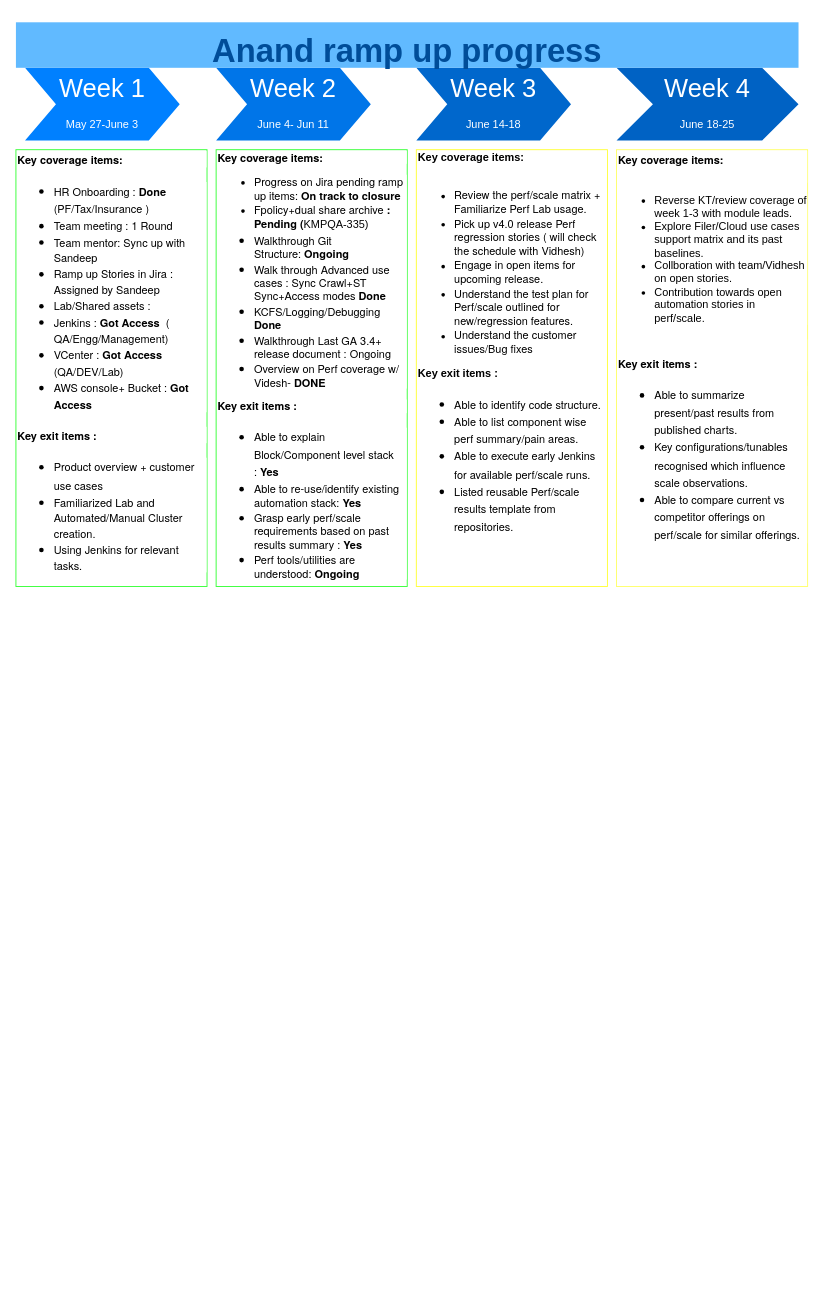
anandreddy86/StoragePerfDocs keeps this draw.io diagram as Kom-weekly.drawio. Above is the earlier version. Source tidied: cells renumbered, new cells numbered last; positions are measured from the earlier drawing's top-left corner, leaving out a move shared by most shapes. Both pictures are drawn from the tidied source at 91%, with x=0, y=0 at pixel (15, 22).
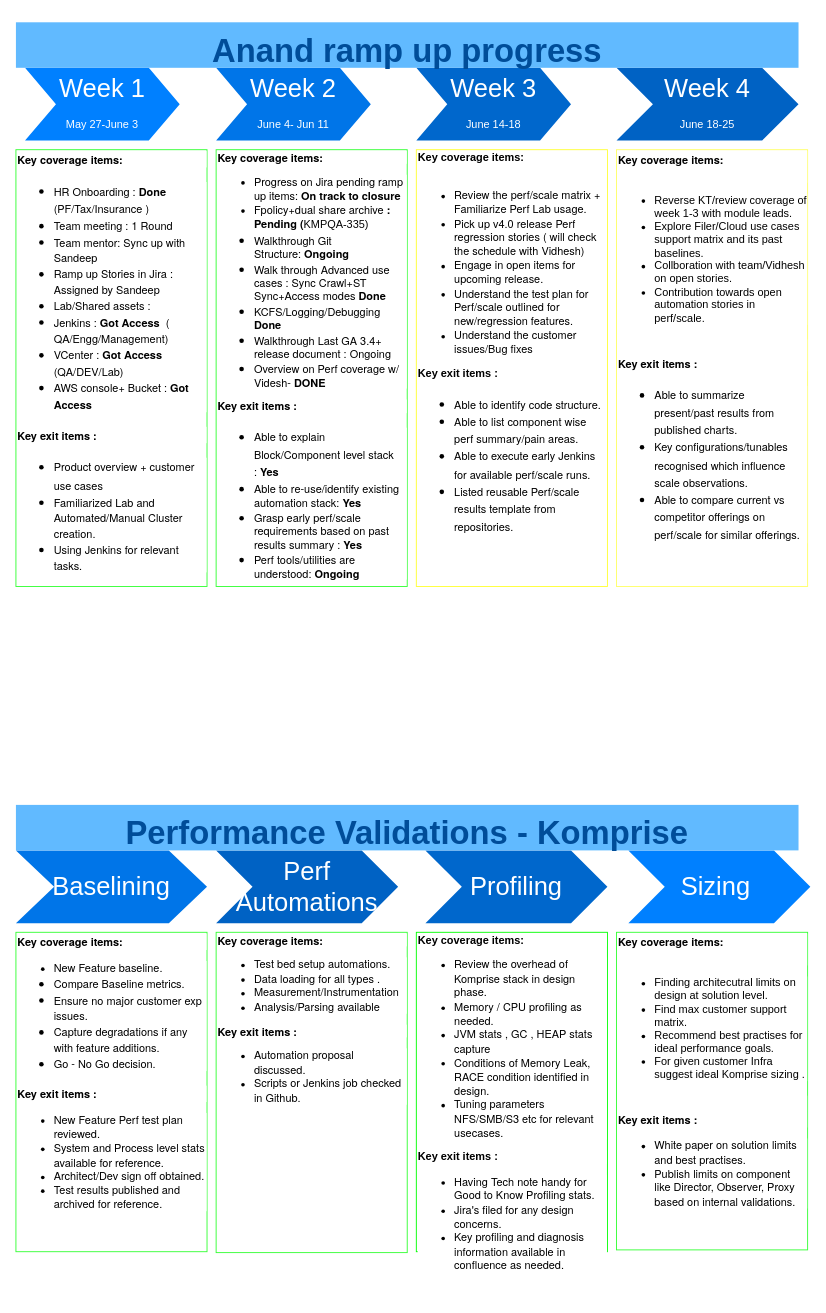
The same diagram, later.

The edit, as a diff of the source:
```diff
@@
+    <mxCell id="11" value="Sizing&amp;nbsp;" style="shape=step;whiteSpace=wrap;html=1;fontSize=28;fillColor=#0080FF;fontColor=#FFFFFF;strokeColor=none;" parent="1" vertex="1">
+      <mxGeometry x="673" y="910" width="200" height="80" as="geometry" />
+    </mxCell>
+    <mxCell id="12" value="Baselining" style="shape=step;whiteSpace=wrap;html=1;fontSize=28;fillColor=#0075E8;fontColor=#FFFFFF;strokeColor=none;" parent="1" vertex="1">
+      <mxGeometry y="910" width="210" height="80" as="geometry" />
+    </mxCell>
+    <mxCell id="13" value="Profiling" style="shape=step;whiteSpace=wrap;html=1;fontSize=28;fillColor=#0067CC;fontColor=#FFFFFF;strokeColor=none;" parent="1" vertex="1">
+      <mxGeometry x="450" y="910" width="200" height="80" as="geometry" />
+    </mxCell>
+    <mxCell id="14" value="Perf&lt;br&gt;Automations" style="shape=step;whiteSpace=wrap;html=1;fontSize=28;fillColor=#0062C4;fontColor=#FFFFFF;strokeColor=none;" parent="1" vertex="1">
+      <mxGeometry x="220" y="910" width="200" height="80" as="geometry" />
+    </mxCell>
+    <mxCell id="15" value="&lt;font style=&quot;font-size: 36px&quot;&gt;Performance Validations - Komprise&lt;/font&gt;" style="text;html=1;strokeColor=none;fillColor=#61BAFF;align=center;verticalAlign=middle;whiteSpace=wrap;fontSize=54;fontStyle=1;fontColor=#004D99;" parent="1" vertex="1">
+      <mxGeometry y="860" width="860" height="50" as="geometry" />
+    </mxCell>
+    <mxCell id="16" value="&lt;p class=&quot;p1&quot; style=&quot;font-stretch: normal ; line-height: normal ; font-family: &amp;#34;helvetica neue&amp;#34; ; background-color: rgb(255 , 255 , 255) ; margin: 0px&quot;&gt;&lt;b&gt;Key coverage items:&lt;/b&gt;&lt;/p&gt;&lt;p class=&quot;p1&quot; style=&quot;font-stretch: normal ; line-height: normal ; font-family: &amp;#34;helvetica neue&amp;#34; ; background-color: rgb(255 , 255 , 255) ; margin: 0px&quot;&gt;&lt;/p&gt;&lt;ul style=&quot;background-color: rgb(255 , 255 , 255)&quot;&gt;&lt;li&gt;&lt;font face=&quot;helvetica neue&quot;&gt;New Feature baseline.&lt;/font&gt;&lt;/li&gt;&lt;li style=&quot;font-family: &amp;#34;calibri&amp;#34; , &amp;#34;arial&amp;#34; , &amp;#34;helvetica&amp;#34; , sans-serif ; font-size: 16px&quot;&gt;&lt;p class=&quot;p1&quot; style=&quot;margin: 0px ; font-stretch: normal ; font-size: 12px ; line-height: normal ; font-family: &amp;#34;helvetica neue&amp;#34;&quot;&gt;Compare Baseline metrics.&lt;br&gt;&lt;/p&gt;&lt;/li&gt;&lt;li style=&quot;font-family: &amp;#34;calibri&amp;#34; , &amp;#34;arial&amp;#34; , &amp;#34;helvetica&amp;#34; , sans-serif ; font-size: 16px&quot;&gt;&lt;p class=&quot;p1&quot; style=&quot;margin: 0px ; font-stretch: normal ; font-size: 12px ; line-height: normal ; font-family: &amp;#34;helvetica neue&amp;#34;&quot;&gt;Ensure no major customer exp issues.&lt;br&gt;&lt;/p&gt;&lt;/li&gt;&lt;li style=&quot;font-family: &amp;#34;calibri&amp;#34; , &amp;#34;arial&amp;#34; , &amp;#34;helvetica&amp;#34; , sans-serif ; font-size: 16px&quot;&gt;&lt;p class=&quot;p1&quot; style=&quot;margin: 0px ; font-stretch: normal ; font-size: 12px ; line-height: normal ; font-family: &amp;#34;helvetica neue&amp;#34;&quot;&gt;Capture degradations if any with feature additions.&lt;/p&gt;&lt;/li&gt;&lt;li style=&quot;font-family: &amp;#34;calibri&amp;#34; , &amp;#34;arial&amp;#34; , &amp;#34;helvetica&amp;#34; , sans-serif ; font-size: 16px&quot;&gt;&lt;p class=&quot;p1&quot; style=&quot;margin: 0px ; font-stretch: normal ; font-size: 12px ; line-height: normal ; font-family: &amp;#34;helvetica neue&amp;#34;&quot;&gt;Go - No Go decision.&lt;/p&gt;&lt;/li&gt;&lt;/ul&gt;&lt;p style=&quot;font-family: &amp;#34;calibri&amp;#34; , &amp;#34;arial&amp;#34; , &amp;#34;helvetica&amp;#34; , sans-serif ; font-size: 16px ; background-color: rgb(255 , 255 , 255)&quot;&gt;&lt;/p&gt;&lt;p class=&quot;p2&quot; style=&quot;font-stretch: normal ; line-height: normal ; font-family: &amp;#34;helvetica neue&amp;#34; ; background-color: rgb(255 , 255 , 255) ; margin: 0px ; min-height: 14px&quot;&gt;&lt;b&gt;Key exit items :&lt;/b&gt;&lt;br&gt;&lt;/p&gt;&lt;p class=&quot;p1&quot; style=&quot;font-stretch: normal ; line-height: normal ; font-family: &amp;#34;helvetica neue&amp;#34; ; background-color: rgb(255 , 255 , 255) ; margin: 0px&quot;&gt;&lt;/p&gt;&lt;ul style=&quot;background-color: rgb(255 , 255 , 255)&quot;&gt;&lt;li&gt;&lt;font face=&quot;helvetica neue&quot;&gt;New Feature Perf test plan reviewed.&lt;/font&gt;&lt;/li&gt;&lt;li&gt;&lt;font face=&quot;helvetica neue&quot;&gt;System and Process level stats available for reference.&lt;/font&gt;&lt;/li&gt;&lt;li&gt;&lt;font face=&quot;helvetica neue&quot;&gt;Architect/Dev sign off obtained.&lt;/font&gt;&lt;/li&gt;&lt;li&gt;&lt;font face=&quot;helvetica neue&quot;&gt;Test results published and archived for reference.&lt;/font&gt;&lt;/li&gt;&lt;/ul&gt;" style="text;spacingTop=-5;fillColor=#B9E0A5;whiteSpace=wrap;html=1;align=left;fontSize=12;fontFamily=Helvetica;fillColor=none;strokeColor=#33FF33;" parent="1" vertex="1">
+      <mxGeometry y="1000" width="210" height="351" as="geometry" />
+    </mxCell>
+    <mxCell id="17" value="&lt;p class=&quot;p1&quot; style=&quot;font-family: &amp;#34;helvetica neue&amp;#34; ; background-color: rgb(255 , 255 , 255) ; margin: 0px&quot;&gt;&lt;b&gt;Key coverage items:&lt;/b&gt;&lt;/p&gt;&lt;p class=&quot;p1&quot; style=&quot;font-family: &amp;#34;helvetica neue&amp;#34; ; background-color: rgb(255 , 255 , 255) ; margin: 0px&quot;&gt;&lt;/p&gt;&lt;ul style=&quot;background-color: rgb(255 , 255 , 255)&quot;&gt;&lt;li&gt;&lt;font face=&quot;helvetica neue&quot;&gt;Test bed setup automations.&lt;/font&gt;&lt;/li&gt;&lt;li&gt;&lt;font face=&quot;helvetica neue&quot;&gt;Data loading for all types .&lt;/font&gt;&lt;/li&gt;&lt;li&gt;&lt;font face=&quot;helvetica neue&quot;&gt;Measurement/Instrumentation&lt;/font&gt;&lt;/li&gt;&lt;li&gt;&lt;font face=&quot;helvetica neue&quot;&gt;Analysis/Parsing available&lt;/font&gt;&lt;/li&gt;&lt;/ul&gt;&lt;p class=&quot;p1&quot; style=&quot;background-color: rgb(255 , 255 , 255) ; margin: 0px ; font-family: &amp;#34;helvetica neue&amp;#34;&quot;&gt;&lt;b style=&quot;font-style: inherit&quot;&gt;Key exit items :&lt;/b&gt;&lt;/p&gt;&lt;p class=&quot;p1&quot; style=&quot;font-family: &amp;#34;helvetica neue&amp;#34; ; background-color: rgb(255 , 255 , 255) ; margin: 0px&quot;&gt;&lt;/p&gt;&lt;ul style=&quot;background-color: rgb(255 , 255 , 255)&quot;&gt;&lt;li&gt;&lt;font face=&quot;helvetica neue&quot;&gt;Automation proposal discussed.&lt;/font&gt;&lt;/li&gt;&lt;li&gt;&lt;font face=&quot;helvetica neue&quot;&gt;Scripts or Jenkins job checked in Github.&lt;/font&gt;&lt;/li&gt;&lt;/ul&gt;" style="text;spacingTop=-5;fillColor=#33FF33;whiteSpace=wrap;html=1;align=left;fontSize=12;fontFamily=Helvetica;fillColor=none;strokeColor=#33FF33;" parent="1" vertex="1">
+      <mxGeometry x="220" y="1000" width="210" height="352" as="geometry" />
+    </mxCell>
+    <mxCell id="18" value="&lt;p class=&quot;p1&quot; style=&quot;background-color: rgb(255 , 255 , 255) ; margin: 0px&quot;&gt;&lt;b&gt;Key coverage items:&lt;/b&gt;&lt;/p&gt;&lt;ul style=&quot;font-family: &amp;#34;helvetica&amp;#34; ; background-color: rgb(255 , 255 , 255)&quot;&gt;&lt;li&gt;&lt;font face=&quot;helvetica neue&quot;&gt;Review the overhead of Komprise stack in design phase.&lt;/font&gt;&lt;/li&gt;&lt;li&gt;&lt;font face=&quot;helvetica neue&quot;&gt;Memory / CPU profiling as needed.&lt;/font&gt;&lt;/li&gt;&lt;li&gt;&lt;font face=&quot;helvetica neue&quot;&gt;JVM stats , GC , HEAP stats capture&lt;/font&gt;&lt;/li&gt;&lt;li&gt;&lt;font face=&quot;helvetica neue&quot;&gt;Conditions of Memory Leak, RACE condition identified in design.&lt;/font&gt;&lt;/li&gt;&lt;li&gt;&lt;font face=&quot;helvetica neue&quot;&gt;Tuning parameters NFS/SMB/S3 etc for relevant usecases.&lt;/font&gt;&lt;/li&gt;&lt;/ul&gt;&lt;p class=&quot;p1&quot; style=&quot;background-color: rgb(255 , 255 , 255) ; margin: 0px&quot;&gt;&lt;b&gt;Key exit items :&lt;/b&gt;&lt;/p&gt;&lt;p class=&quot;p1&quot; style=&quot;background-color: rgb(255 , 255 , 255) ; margin: 0px&quot;&gt;&lt;/p&gt;&lt;ul style=&quot;background-color: rgb(255 , 255 , 255)&quot;&gt;&lt;li&gt;&lt;font face=&quot;helvetica neue&quot;&gt;Having Tech note handy for Good to Know Profiling stats.&lt;/font&gt;&lt;/li&gt;&lt;li&gt;&lt;font face=&quot;helvetica neue&quot;&gt;Jira's filed for any design concerns.&lt;/font&gt;&lt;/li&gt;&lt;li&gt;&lt;font face=&quot;helvetica neue&quot;&gt;Key profiling and diagnosis information available in confluence as needed.&lt;/font&gt;&lt;/li&gt;&lt;/ul&gt;&lt;div style=&quot;margin: 0px ; padding: 0px ; border: 0px ; font: inherit ; vertical-align: baseline ; color: inherit&quot;&gt;&lt;br style=&quot;color: rgb(0 , 0 , 0) ; font-family: &amp;#34;helvetica neue&amp;#34; ; font-size: 12px ; font-style: normal ; font-weight: 400 ; letter-spacing: normal ; text-align: left ; text-indent: 0px ; text-transform: none ; word-spacing: 0px ; background-color: rgb(255 , 255 , 255)&quot;&gt;&lt;/div&gt;" style="text;spacingTop=-5;fillColor=#33FF33;whiteSpace=wrap;html=1;align=left;fontSize=12;fontFamily=Helvetica;fillColor=none;strokeColor=#00FF00;" parent="1" vertex="1">
+      <mxGeometry x="440" y="1000" width="210" height="351" as="geometry" />
+    </mxCell>
+    <mxCell id="19" value="&lt;p class=&quot;p1&quot; style=&quot;font-stretch: normal ; line-height: normal ; font-family: &amp;#34;helvetica neue&amp;#34; ; background-color: rgb(255 , 255 , 255) ; margin: 0px&quot;&gt;&lt;b&gt;Key coverage items:&lt;/b&gt;&lt;/p&gt;&lt;p class=&quot;p1&quot; style=&quot;font-stretch: normal ; line-height: normal ; font-family: &amp;#34;helvetica neue&amp;#34; ; background-color: rgb(255 , 255 , 255) ; margin: 0px&quot;&gt;&lt;br&gt;&lt;/p&gt;&lt;ul style=&quot;background-color: rgb(255 , 255 , 255)&quot;&gt;&lt;li&gt;Finding architecutral limits on design at solution level.&lt;/li&gt;&lt;li&gt;Find max customer support matrix.&lt;/li&gt;&lt;li&gt;Recommend best practises for ideal performance goals.&lt;/li&gt;&lt;li&gt;For given customer Infra suggest ideal Komprise sizing .&lt;/li&gt;&lt;/ul&gt;&lt;p style=&quot;font-family: &amp;#34;calibri&amp;#34; , &amp;#34;arial&amp;#34; , &amp;#34;helvetica&amp;#34; , sans-serif ; font-size: 16px ; background-color: rgb(255 , 255 , 255)&quot;&gt;&lt;/p&gt;&lt;p class=&quot;p2&quot; style=&quot;font-stretch: normal ; line-height: normal ; font-family: &amp;#34;helvetica neue&amp;#34; ; background-color: rgb(255 , 255 , 255) ; margin: 0px ; min-height: 14px&quot;&gt;&lt;br&gt;&lt;/p&gt;&lt;p class=&quot;p1&quot; style=&quot;font-stretch: normal ; line-height: normal ; font-family: &amp;#34;helvetica neue&amp;#34; ; background-color: rgb(255 , 255 , 255) ; margin: 0px&quot;&gt;&lt;b&gt;Key exit items :&lt;/b&gt;&lt;/p&gt;&lt;p class=&quot;p1&quot; style=&quot;font-stretch: normal ; line-height: normal ; font-family: &amp;#34;helvetica neue&amp;#34; ; background-color: rgb(255 , 255 , 255) ; margin: 0px&quot;&gt;&lt;/p&gt;&lt;ul style=&quot;background-color: rgb(255 , 255 , 255)&quot;&gt;&lt;li&gt;&lt;font face=&quot;helvetica neue&quot;&gt;White paper on solution limits and best practises.&lt;/font&gt;&lt;/li&gt;&lt;li&gt;&lt;font face=&quot;helvetica neue&quot;&gt;Publish limits on component like Director, Observer, Proxy based on internal validations.&lt;/font&gt;&lt;/li&gt;&lt;/ul&gt;" style="text;spacingTop=-5;fillColor=#ffffff;whiteSpace=wrap;html=1;align=left;fontSize=12;fontFamily=Helvetica;fillColor=none;strokeColor=#33FF33;" parent="1" vertex="1">
+      <mxGeometry x="660" y="1000" width="210" height="349" as="geometry" />
+    </mxCell>
```
